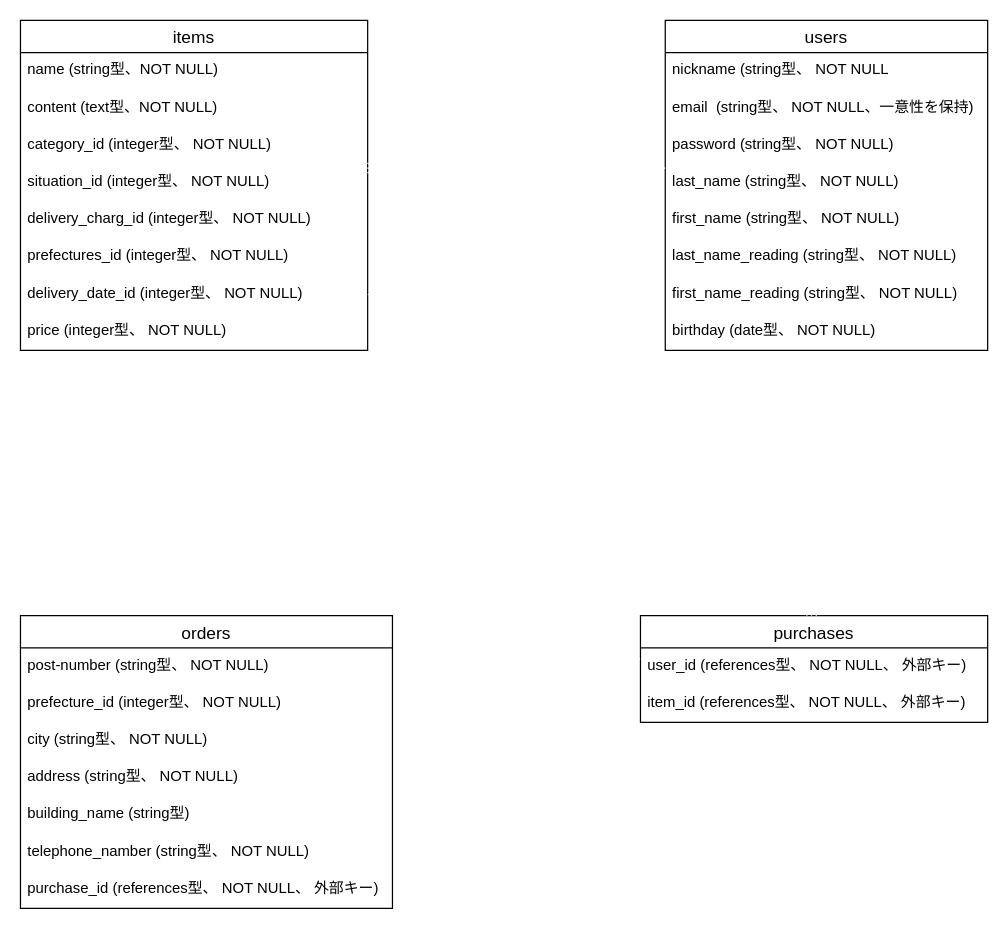
Earlier version of the draw.io diagram furima.dio (yuto1108/furima-37946). Source tidied: cells renumbered, new cells numbered last; positions are measured from the earlier drawing's top-left corner, leaving out a move shared by most shapes. Both pictures are drawn from the tidied source at 124%, with x=0, y=0 at pixel (20, 20).
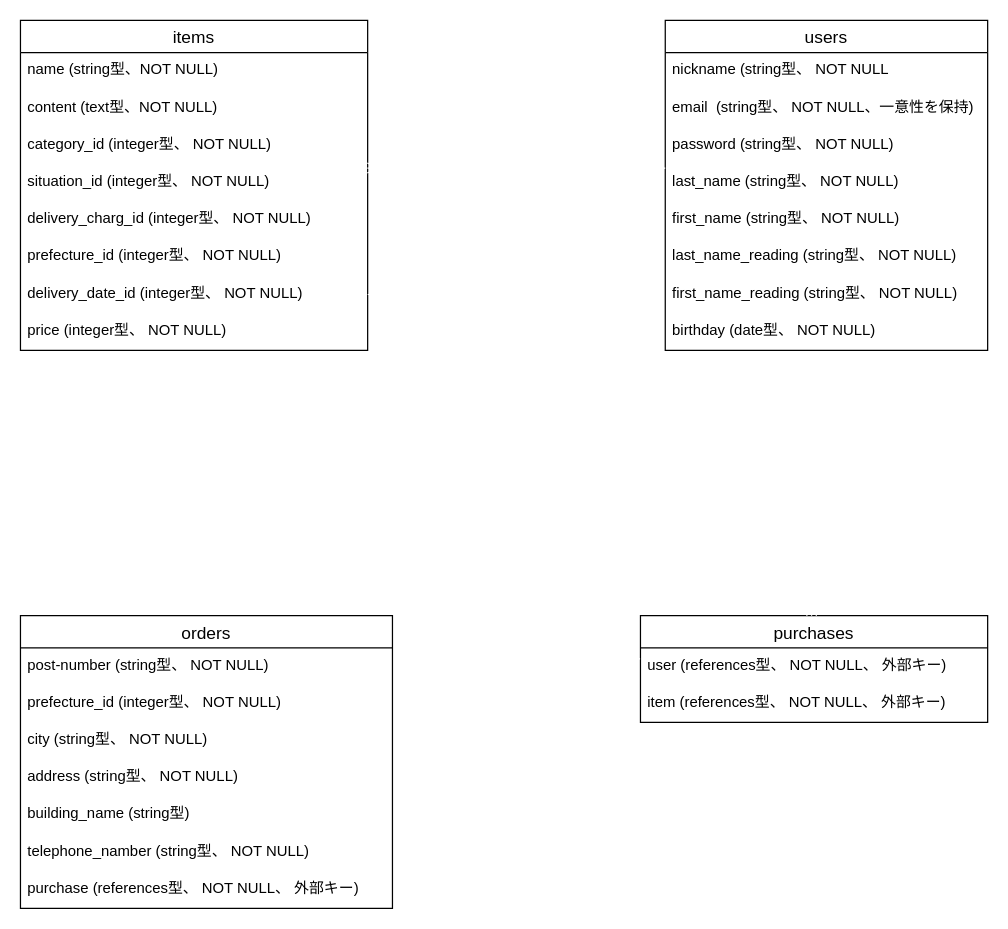
Above is the later version.

Commit message (it also covers changes not shown here):
データーベース設計　直し４回目

Unchanged cells that the change refers to:
```xml
<mxCell id="2" value="items" style="swimlane;fontStyle=0;horizontal=1;startSize=26;align=center;fontSize=14;" parent="1" vertex="1">
  <mxGeometry width="280" height="266" as="geometry" />
</mxCell>
<mxCell id="20" value="orders" style="swimlane;fontStyle=0;horizontal=1;startSize=26;align=center;fontSize=14;" parent="1" vertex="1">
  <mxGeometry y="480" width="300" height="236" as="geometry" />
</mxCell>
<mxCell id="28" value="purchases" style="swimlane;fontStyle=0;horizontal=1;startSize=26;align=center;fontSize=14;" parent="1" vertex="1">
  <mxGeometry x="500" y="480" width="280" height="86" as="geometry" />
</mxCell>
```

The edit, as a diff of the source:
```diff
@@
-    <mxCell id="8" value="prefectures_id (integer型、 NOT NULL)" style="text;strokeColor=none;fillColor=none;spacingLeft=4;spacingRight=4;overflow=hidden;fontSize=12;" parent="2" vertex="1">
+    <mxCell id="8" value="prefecture_id (integer型、 NOT NULL)" style="text;strokeColor=none;fillColor=none;spacingLeft=4;spacingRight=4;overflow=hidden;fontSize=12;" parent="2" vertex="1">
       <mxGeometry y="176" width="280" height="30" as="geometry" />
     </mxCell>
@@
-    <mxCell id="27" value="purchase_id (references型、 NOT NULL、 外部キー)" style="text;strokeColor=none;fillColor=none;spacingLeft=4;spacingRight=4;overflow=hidden;fontSize=12;" parent="20" vertex="1">
+    <mxCell id="27" value="purchase (references型、 NOT NULL、 外部キー)" style="text;strokeColor=none;fillColor=none;spacingLeft=4;spacingRight=4;overflow=hidden;fontSize=12;" parent="20" vertex="1">
       <mxGeometry y="206" width="300" height="30" as="geometry" />
     </mxCell>
@@
-    <mxCell id="29" value="user_id (references型、 NOT NULL、 外部キー)" style="text;strokeColor=none;fillColor=none;spacingLeft=4;spacingRight=4;overflow=hidden;points=[[0,0.5],[1,0.5]];portConstraint=eastwest;fontSize=12;" parent="28" vertex="1">
+    <mxCell id="29" value="user (references型、 NOT NULL、 外部キー)" style="text;strokeColor=none;fillColor=none;spacingLeft=4;spacingRight=4;overflow=hidden;points=[[0,0.5],[1,0.5]];portConstraint=eastwest;fontSize=12;" parent="28" vertex="1">
       <mxGeometry y="26" width="280" height="30" as="geometry" />
     </mxCell>
-    <mxCell id="30" value="item_id (references型、 NOT NULL、 外部キー)" style="text;strokeColor=none;fillColor=none;spacingLeft=4;spacingRight=4;overflow=hidden;points=[[0,0.5],[1,0.5]];portConstraint=eastwest;fontSize=12;" parent="28" vertex="1">
+    <mxCell id="30" value="item (references型、 NOT NULL、 外部キー)" style="text;strokeColor=none;fillColor=none;spacingLeft=4;spacingRight=4;overflow=hidden;points=[[0,0.5],[1,0.5]];portConstraint=eastwest;fontSize=12;" parent="28" vertex="1">
       <mxGeometry y="56" width="280" height="30" as="geometry" />
     </mxCell>
```
